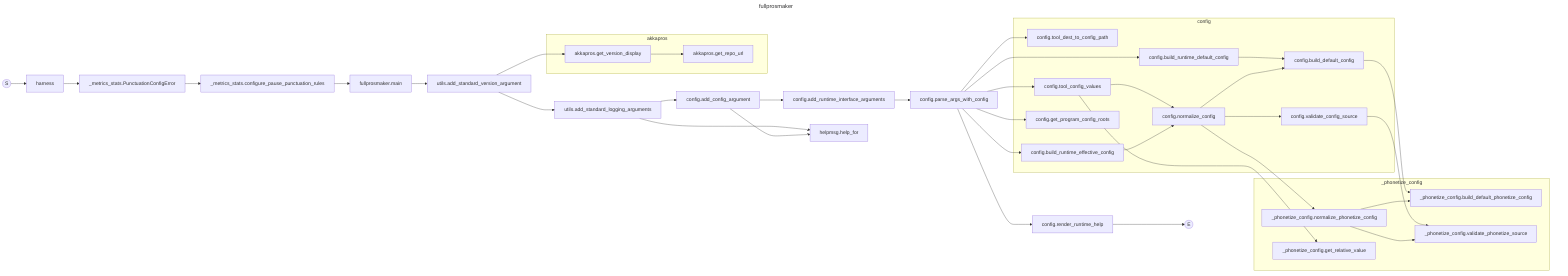
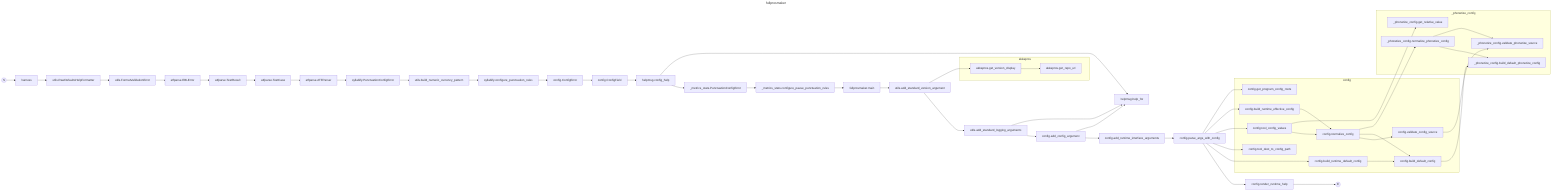
---
title: fullprosmaker
---
flowchart LR
	__start__(("S"))
	__end__(("E"))
	__main____harness["harness"]
+ 	akkapros_lib_utils__RawDefaultsHelpFormatter["utils.RawDefaultsHelpFormatter"]
+ 	akkapros_lib_utils__FormatValidationError["utils.FormatValidationError"]
+ 	akkapros_lib_atfparse__EBLError["atfparse.EBLError"]
+ 	akkapros_lib_atfparse__TestResult["atfparse.TestResult"]
+ 	akkapros_lib_atfparse__TestCase["atfparse.TestCase"]
+ 	akkapros_lib_atfparse__ATFParser["atfparse.ATFParser"]
+ 	akkapros_lib_syllabify__PunctuationConfigError["syllabify.PunctuationConfigError"]
+ 	akkapros_lib_utils__build_numeric_currency_pattern["utils.build_numeric_currency_pattern"]
+ 	akkapros_lib_syllabify__configure_punctuation_rules["syllabify.configure_punctuation_rules"]
+ 	akkapros_lib_config__ConfigError["config.ConfigError"]
+ 	akkapros_lib_config__ConfigField["config.ConfigField"]
+ 	akkapros_lib_helpmsg__config_help["helpmsg.config_help"]
	akkapros_lib__metrics_stats__PunctuationConfigError["_metrics_stats.PunctuationConfigError"]
	akkapros_lib__metrics_stats__configure_pause_punctuation_rules["_metrics_stats.configure_pause_punctuation_rules"]
	src_akkapros_cli_fullprosmaker__main["fullprosmaker.main"]
	akkapros_lib_utils__add_standard_version_argument["utils.add_standard_version_argument"]
	akkapros_lib_utils__add_standard_logging_arguments["utils.add_standard_logging_arguments"]
	akkapros_lib_config__add_config_argument["config.add_config_argument"]
	akkapros_lib_config__add_runtime_interface_arguments["config.add_runtime_interface_arguments"]
	akkapros_lib_config__parse_args_with_config["config.parse_args_with_config"]
	akkapros_lib_config__render_runtime_help["config.render_runtime_help"]
	subgraph akkapros [akkapros]
		akkapros__get_version_display["akkapros.get_version_display"]
		akkapros__get_repo_url["akkapros.get_repo_url"]
	end
	akkapros_lib_helpmsg__help_for["helpmsg.help_for"]
	subgraph akkapros_lib_config [config]
		akkapros_lib_config__build_runtime_default_config["config.build_runtime_default_config"]
		akkapros_lib_config__build_default_config["config.build_default_config"]
		akkapros_lib_config__tool_dest_to_config_path["config.tool_dest_to_config_path"]
		akkapros_lib_config__tool_config_values["config.tool_config_values"]
		akkapros_lib_config__normalize_config["config.normalize_config"]
		akkapros_lib_config__validate_config_source["config.validate_config_source"]
		akkapros_lib_config__build_runtime_effective_config["config.build_runtime_effective_config"]
		akkapros_lib_config__get_program_config_roots["config.get_program_config_roots"]
	end
	subgraph akkapros_lib__phonetize_config [_phonetize_config]
		akkapros_lib__phonetize_config__build_default_phonetize_config["_phonetize_config.build_default_phonetize_config"]
		akkapros_lib__phonetize_config__validate_phonetize_source["_phonetize_config.validate_phonetize_source"]
		akkapros_lib__phonetize_config__normalize_phonetize_config["_phonetize_config.normalize_phonetize_config"]
		akkapros_lib__phonetize_config__get_relative_value["_phonetize_config.get_relative_value"]
	end
	__start__ --> __main____harness
- 	__main____harness --> akkapros_lib__metrics_stats__PunctuationConfigError
+ 	__main____harness --> akkapros_lib_utils__RawDefaultsHelpFormatter
+ 	akkapros_lib_utils__RawDefaultsHelpFormatter --> akkapros_lib_utils__FormatValidationError
+ 	akkapros_lib_utils__FormatValidationError --> akkapros_lib_atfparse__EBLError
+ 	akkapros_lib_atfparse__EBLError --> akkapros_lib_atfparse__TestResult
+ 	akkapros_lib_atfparse__TestResult --> akkapros_lib_atfparse__TestCase
+ 	akkapros_lib_atfparse__TestCase --> akkapros_lib_atfparse__ATFParser
+ 	akkapros_lib_atfparse__ATFParser --> akkapros_lib_syllabify__PunctuationConfigError
+ 	akkapros_lib_syllabify__PunctuationConfigError --> akkapros_lib_utils__build_numeric_currency_pattern
+ 	akkapros_lib_utils__build_numeric_currency_pattern --> akkapros_lib_syllabify__configure_punctuation_rules
+ 	akkapros_lib_syllabify__configure_punctuation_rules --> akkapros_lib_config__ConfigError
+ 	akkapros_lib_config__ConfigError --> akkapros_lib_config__ConfigField
+ 	akkapros_lib_config__ConfigField --> akkapros_lib_helpmsg__config_help
+ 	akkapros_lib_helpmsg__config_help --> akkapros_lib__metrics_stats__PunctuationConfigError
	akkapros_lib__metrics_stats__PunctuationConfigError --> akkapros_lib__metrics_stats__configure_pause_punctuation_rules
	akkapros_lib__metrics_stats__configure_pause_punctuation_rules --> src_akkapros_cli_fullprosmaker__main
	src_akkapros_cli_fullprosmaker__main --> akkapros_lib_utils__add_standard_version_argument
	akkapros_lib_utils__add_standard_version_argument --> akkapros_lib_utils__add_standard_logging_arguments
	akkapros_lib_utils__add_standard_logging_arguments --> akkapros_lib_config__add_config_argument
	akkapros_lib_config__add_config_argument --> akkapros_lib_config__add_runtime_interface_arguments
	akkapros_lib_config__add_runtime_interface_arguments --> akkapros_lib_config__parse_args_with_config
	akkapros_lib_config__parse_args_with_config --> akkapros_lib_config__render_runtime_help
	akkapros_lib_config__render_runtime_help --> __end__
+ 	akkapros__get_version_display --> akkapros__get_repo_url
+ 	akkapros_lib_helpmsg__config_help --> akkapros_lib_helpmsg__help_for
	akkapros_lib_utils__add_standard_version_argument --> akkapros__get_version_display
- 	akkapros__get_version_display --> akkapros__get_repo_url
	akkapros_lib_utils__add_standard_logging_arguments --> akkapros_lib_helpmsg__help_for
	akkapros_lib_config__add_config_argument --> akkapros_lib_helpmsg__help_for
	akkapros_lib_config__parse_args_with_config --> akkapros_lib_config__build_runtime_default_config
	akkapros_lib_config__build_runtime_default_config --> akkapros_lib_config__build_default_config
	akkapros_lib_config__build_default_config --> akkapros_lib__phonetize_config__build_default_phonetize_config
	akkapros_lib_config__parse_args_with_config --> akkapros_lib_config__tool_dest_to_config_path
	akkapros_lib_config__parse_args_with_config --> akkapros_lib_config__tool_config_values
	akkapros_lib_config__tool_config_values --> akkapros_lib_config__normalize_config
	akkapros_lib_config__normalize_config --> akkapros_lib_config__validate_config_source
	akkapros_lib_config__validate_config_source --> akkapros_lib__phonetize_config__validate_phonetize_source
	akkapros_lib_config__normalize_config --> akkapros_lib_config__build_default_config
	akkapros_lib_config__normalize_config --> akkapros_lib__phonetize_config__normalize_phonetize_config
	akkapros_lib__phonetize_config__normalize_phonetize_config --> akkapros_lib__phonetize_config__build_default_phonetize_config
	akkapros_lib__phonetize_config__normalize_phonetize_config --> akkapros_lib__phonetize_config__validate_phonetize_source
	akkapros_lib_config__tool_config_values --> akkapros_lib__phonetize_config__get_relative_value
	akkapros_lib_config__parse_args_with_config --> akkapros_lib_config__build_runtime_effective_config
	akkapros_lib_config__build_runtime_effective_config --> akkapros_lib_config__normalize_config
	akkapros_lib_config__parse_args_with_config --> akkapros_lib_config__get_program_config_roots
